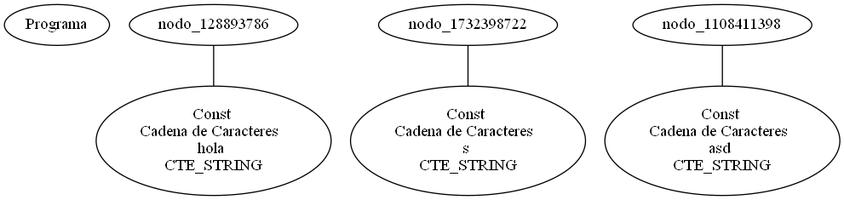
Before: arbol.png, a diagram exported from Graphviz (SantiPerez17/Compiladores). Its source is kept beside it as arbol.dot.
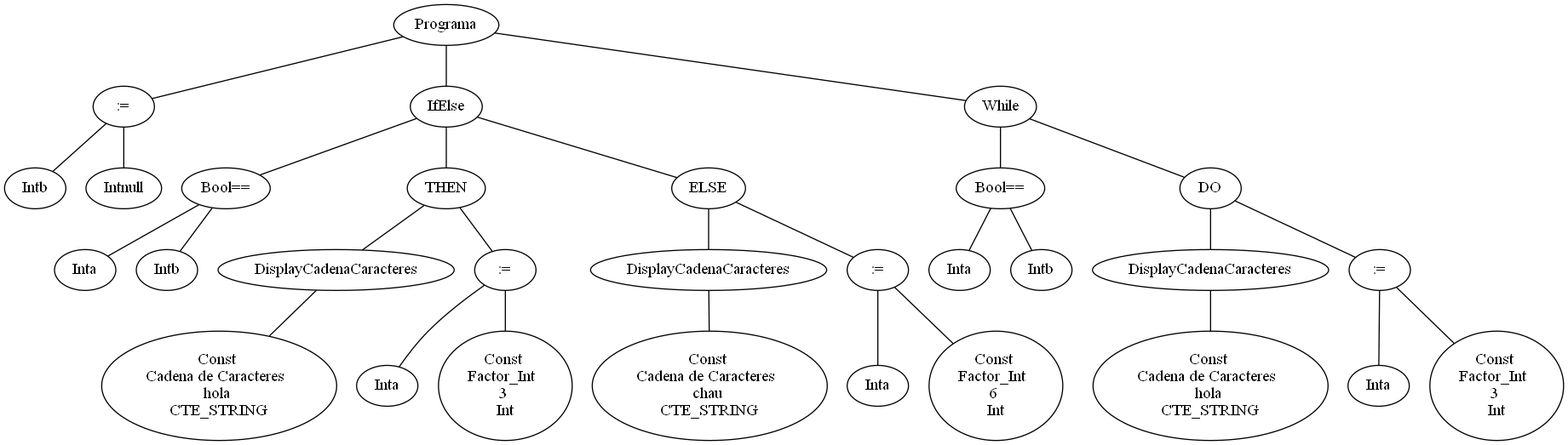
After the change.

What changed in the source:
```diff
@@ -1,17 +1,78 @@
-graph G {nodo_584634336[label="Programa"]
-nodo_1177096266[label="Const
+graph G {nodo_1343441044[label="Programa"]
+nodo_1288354730[label=":="]
+nodo_1343441044--nodo_1288354730
+nodo_1496724653[label="Intb"]
+nodo_1288354730--nodo_1496724653
+nodo_2040495657[label="Intnull"]
+nodo_1288354730--nodo_2040495657
+nodo_355629945[label="IfElse"]
+nodo_1343441044--nodo_355629945
+nodo_1673605040[label="Bool=="]
+nodo_355629945--nodo_1673605040
+nodo_1274370218[label="Inta"]
+nodo_1673605040--nodo_1274370218
+nodo_758705033[label="Intb"]
+nodo_1673605040--nodo_758705033
+nodo_3556299451[label="THEN"]
+nodo_355629945--nodo_3556299451
+nodo_1030870354[label="DisplayCadenaCaracteres"]
+nodo_3556299451--nodo_1030870354
+nodo_553264065[label="Const
 Cadena de Caracteres
 hola
 CTE_STRING"]
-nodo_128893786--nodo_1177096266
-nodo_670576685[label="Const
+nodo_1030870354--nodo_553264065
+nodo_1190035432[label=":="]
+nodo_3556299451--nodo_1190035432
+nodo_897697267[label="Inta"]
+nodo_1190035432--nodo_897697267
+nodo_410424423[label="Const
+Factor_Int
+3
+Int"]
+nodo_1190035432--nodo_410424423
+nodo_3556299452[label="ELSE"]
+nodo_355629945--nodo_3556299452
+nodo_1963387170[label="DisplayCadenaCaracteres"]
+nodo_3556299452--nodo_1963387170
+nodo_1789447862[label="Const
 Cadena de Caracteres
-s
+chau
 CTE_STRING"]
-nodo_1732398722--nodo_670576685
-nodo_1299641336[label="Const
+nodo_1963387170--nodo_1789447862
+nodo_1645995473[label=":="]
+nodo_3556299452--nodo_1645995473
+nodo_38997010[label="Inta"]
+nodo_1645995473--nodo_38997010
+nodo_1323468230[label="Const
+Factor_Int
+6
+Int"]
+nodo_1645995473--nodo_1323468230
+nodo_1586270964[label="While"]
+nodo_1343441044--nodo_1586270964
+nodo_1535128843[label="Bool=="]
+nodo_1586270964--nodo_1535128843
+nodo_1327763628[label="Inta"]
+nodo_1535128843--nodo_1327763628
+nodo_1915503092[label="Intb"]
+nodo_1535128843--nodo_1915503092
+nodo_15862709641[label="DO"]
+nodo_1586270964--nodo_15862709641
+nodo_1567581361[label="DisplayCadenaCaracteres"]
+nodo_15862709641--nodo_1567581361
+nodo_1942406066[label="Const
 Cadena de Caracteres
-asd
+hola
 CTE_STRING"]
-nodo_1108411398--nodo_1299641336
+nodo_1567581361--nodo_1942406066
+nodo_580024961[label=":="]
+nodo_15862709641--nodo_580024961
+nodo_1213415012[label="Inta"]
+nodo_580024961--nodo_1213415012
+nodo_849460928[label="Const
+Factor_Int
+3
+Int"]
+nodo_580024961--nodo_849460928
 }
```
